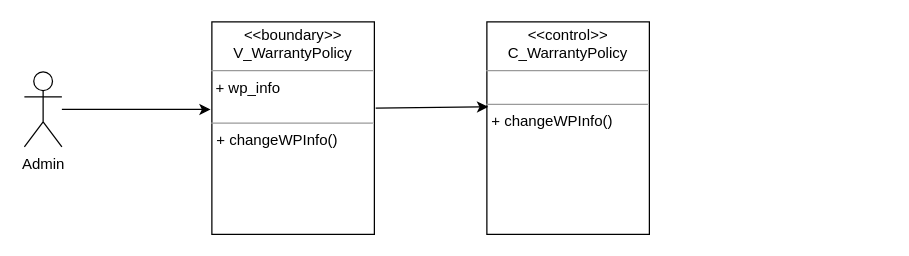
Before: Lop_tham_gia_Usecase/SuaChinhSachBaoHanhClass.drawio in hoangminh15/PTTKHT, a draw.io diagram. Source tidied: cells renumbered, new cells numbered last; positions are measured from the earlier drawing's top-left corner, leaving out a move shared by most shapes. Both pictures are drawn from the tidied source at 125%, with x=0, y=0 at pixel (24, 21).
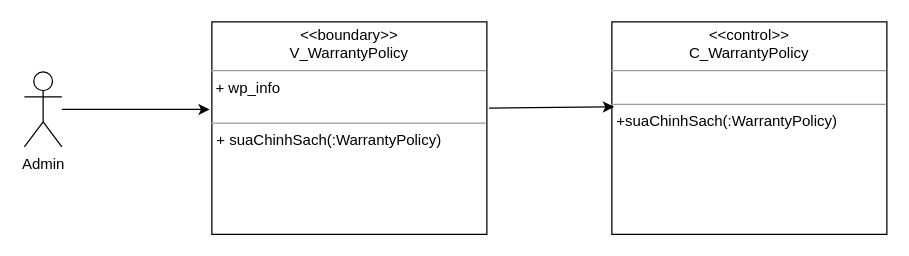
After the change.

What changed in the source:
```diff
@@
 <mxGraphModel>
   <root>
     <mxCell id="0" />
     <mxCell id="1" parent="0" />
     <mxCell id="2" value="Admin" style="shape=umlActor;verticalLabelPosition=bottom;verticalAlign=top;html=1;" parent="1" vertex="1">
       <mxGeometry y="40" width="30" height="60" as="geometry" />
     </mxCell>
-    <mxCell id="3" value="&lt;p style=&quot;margin: 0px ; margin-top: 4px ; text-align: center&quot;&gt;&lt;i&gt;&amp;lt;&lt;/i&gt;&amp;lt;boundary&lt;i&gt;&amp;gt;&amp;gt;&lt;/i&gt;&lt;br&gt;V_WarrantyPolicy&lt;/p&gt;&lt;hr size=&quot;1&quot;&gt;&amp;nbsp;+ wp_info&lt;br&gt;&lt;br&gt;&lt;hr size=&quot;1&quot;&gt;&lt;p style=&quot;margin: 0px ; margin-left: 4px&quot;&gt;+ changeWPInfo()&lt;br&gt;&lt;/p&gt;" style="verticalAlign=top;align=left;overflow=fill;fontSize=12;fontFamily=Helvetica;html=1;" parent="1" vertex="1">
-      <mxGeometry x="150" width="130" height="170" as="geometry" />
+    <mxCell id="3" value="&lt;p style=&quot;margin: 0px ; margin-top: 4px ; text-align: center&quot;&gt;&lt;i&gt;&amp;lt;&lt;/i&gt;&amp;lt;boundary&lt;i&gt;&amp;gt;&amp;gt;&lt;/i&gt;&lt;br&gt;V_WarrantyPolicy&lt;/p&gt;&lt;hr size=&quot;1&quot;&gt;&amp;nbsp;+ wp_info&lt;br&gt;&lt;br&gt;&lt;hr size=&quot;1&quot;&gt;&lt;p style=&quot;margin: 0px ; margin-left: 4px&quot;&gt;+ suaChinhSach(:WarrantyPolicy)&lt;br&gt;&lt;/p&gt;" style="verticalAlign=top;align=left;overflow=fill;fontSize=12;fontFamily=Helvetica;html=1;" parent="1" vertex="1">
+      <mxGeometry x="150" width="220" height="170" as="geometry" />
     </mxCell>
-    <mxCell id="4" value="&lt;p style=&quot;margin: 0px ; margin-top: 4px ; text-align: center&quot;&gt;&lt;i&gt;&amp;lt;&lt;/i&gt;&amp;lt;control&lt;i&gt;&amp;gt;&amp;gt;&lt;/i&gt;&lt;br&gt;C_WarrantyPolicy&lt;/p&gt;&lt;hr size=&quot;1&quot;&gt;&lt;br&gt;&lt;hr size=&quot;1&quot;&gt;&lt;p style=&quot;margin: 0px ; margin-left: 4px&quot;&gt;+ changeWPInfo()&lt;br&gt;&lt;br&gt;&lt;/p&gt;" style="verticalAlign=top;align=left;overflow=fill;fontSize=12;fontFamily=Helvetica;html=1;" parent="1" vertex="1">
-      <mxGeometry x="370" width="130" height="170" as="geometry" />
+    <mxCell id="4" value="&lt;p style=&quot;margin: 0px ; margin-top: 4px ; text-align: center&quot;&gt;&lt;i&gt;&amp;lt;&lt;/i&gt;&amp;lt;control&lt;i&gt;&amp;gt;&amp;gt;&lt;/i&gt;&lt;br&gt;C_WarrantyPolicy&lt;/p&gt;&lt;hr size=&quot;1&quot;&gt;&lt;br&gt;&lt;hr size=&quot;1&quot;&gt;&lt;p style=&quot;margin: 0px ; margin-left: 4px&quot;&gt;+suaChinhSach(:WarrantyPolicy)&lt;br&gt;&lt;br&gt;&lt;/p&gt;" style="verticalAlign=top;align=left;overflow=fill;fontSize=12;fontFamily=Helvetica;html=1;" parent="1" vertex="1">
+      <mxGeometry x="470" width="220" height="170" as="geometry" />
     </mxCell>
     <mxCell id="5" style="endArrow=classic;html=1;exitX=1.008;exitY=0.406;exitDx=0;exitDy=0;exitPerimeter=0;entryX=0.008;entryY=0.4;entryDx=0;entryDy=0;entryPerimeter=0;" parent="1" edge="1" source="3" target="4">
       <mxGeometry relative="1" as="geometry" />
     </mxCell>
     <mxCell id="6" style="endArrow=classic;html=1;entryX=-0.008;entryY=0.412;entryDx=0;entryDy=0;entryPerimeter=0;" parent="1" edge="1" source="2" target="3">
       <mxGeometry relative="1" as="geometry" />
     </mxCell>
   </root>
 </mxGraphModel>
```
